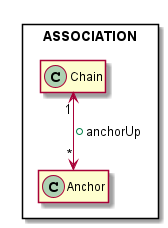
This is src/wiki/_Home/uml/class_03a.png from vitalispopoff/DSA_LectureAnalysis, a PlantUML export, as it was before one commit. Source of this version:
```plantuml
@startuml

package ASSOCIATION <<Rectangle>>{

    class Chain {
            +{field} Anchor front
            +{field} Anchor back
        --
            +{method} anchorUp (Anchor)
    }

    class Anchor {
            +{field} Chain chain
        --
    }

    Chain "1" <--> "*" Anchor : +anchorUp

    hide members
}

@enduml
```
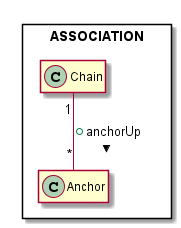
The same diagram one commit later.

Commit message:
adjustments in uml graphics

Diff of the diagram source:
```diff
@@ -1,4 +1,6 @@
 @startuml
+
+
 
 package ASSOCIATION <<Rectangle>>{
 
@@ -14,7 +16,8 @@
         --
     }
 
-    Chain "1" <--> "*" Anchor : +anchorUp
+
+    Chain "1" -- "*" Anchor : +anchorUp >
 
     hide members
 }
```
